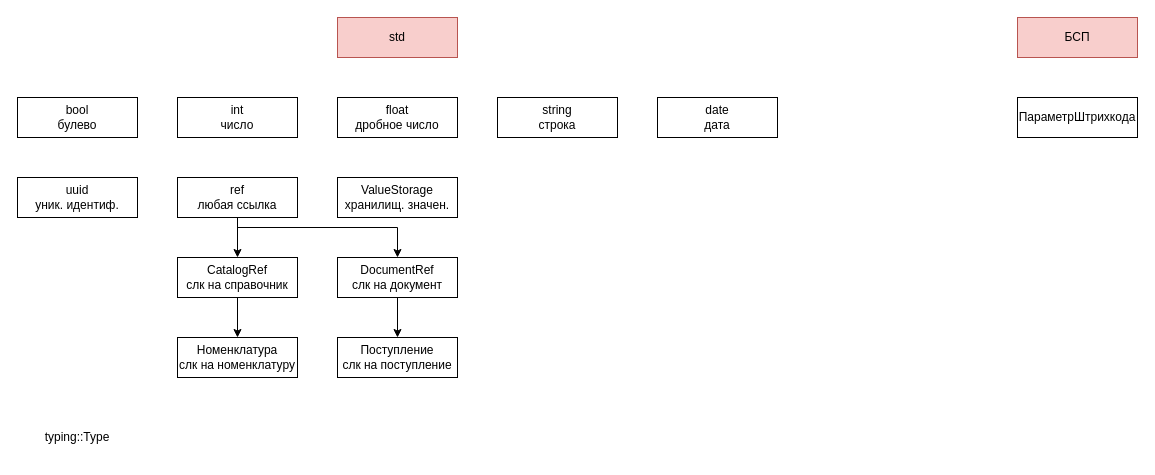
The draw.io diagram doc/type-system.drawio in aquadim/Super, before the edit. Source tidied: cells renumbered, new cells numbered last; positions are measured from the earlier drawing's top-left corner, leaving out a move shared by most shapes. Both pictures are drawn from the tidied source at 100%, with x=0, y=0 at pixel (17, 17).
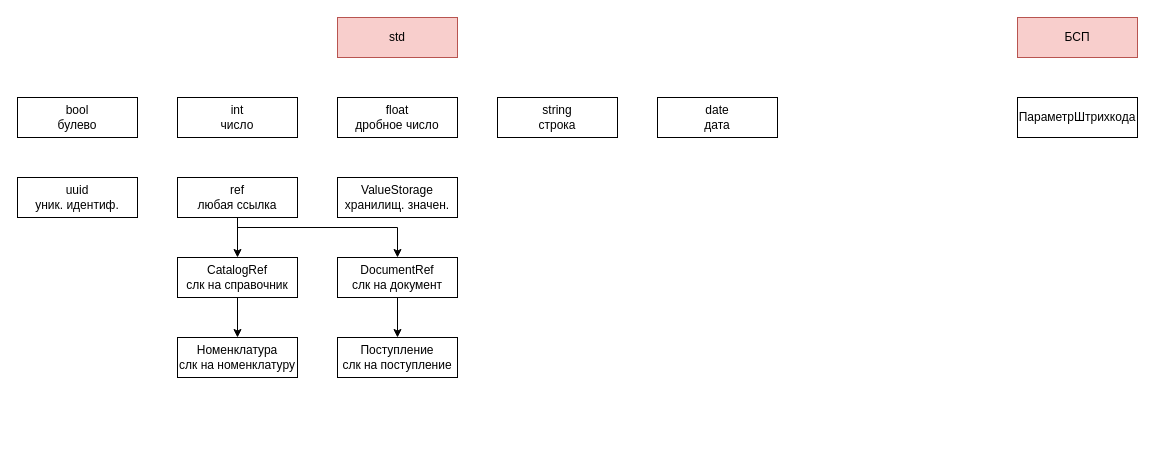
The same diagram, later.

The edit, as a diff of the source:
```diff
@@
-    <mxCell id="21" value="typing::Type" style="text;html=1;align=center;verticalAlign=middle;whiteSpace=wrap;rounded=0;" parent="1" vertex="1">
-      <mxGeometry y="400" width="120" height="40" as="geometry" />
-    </mxCell>
```
